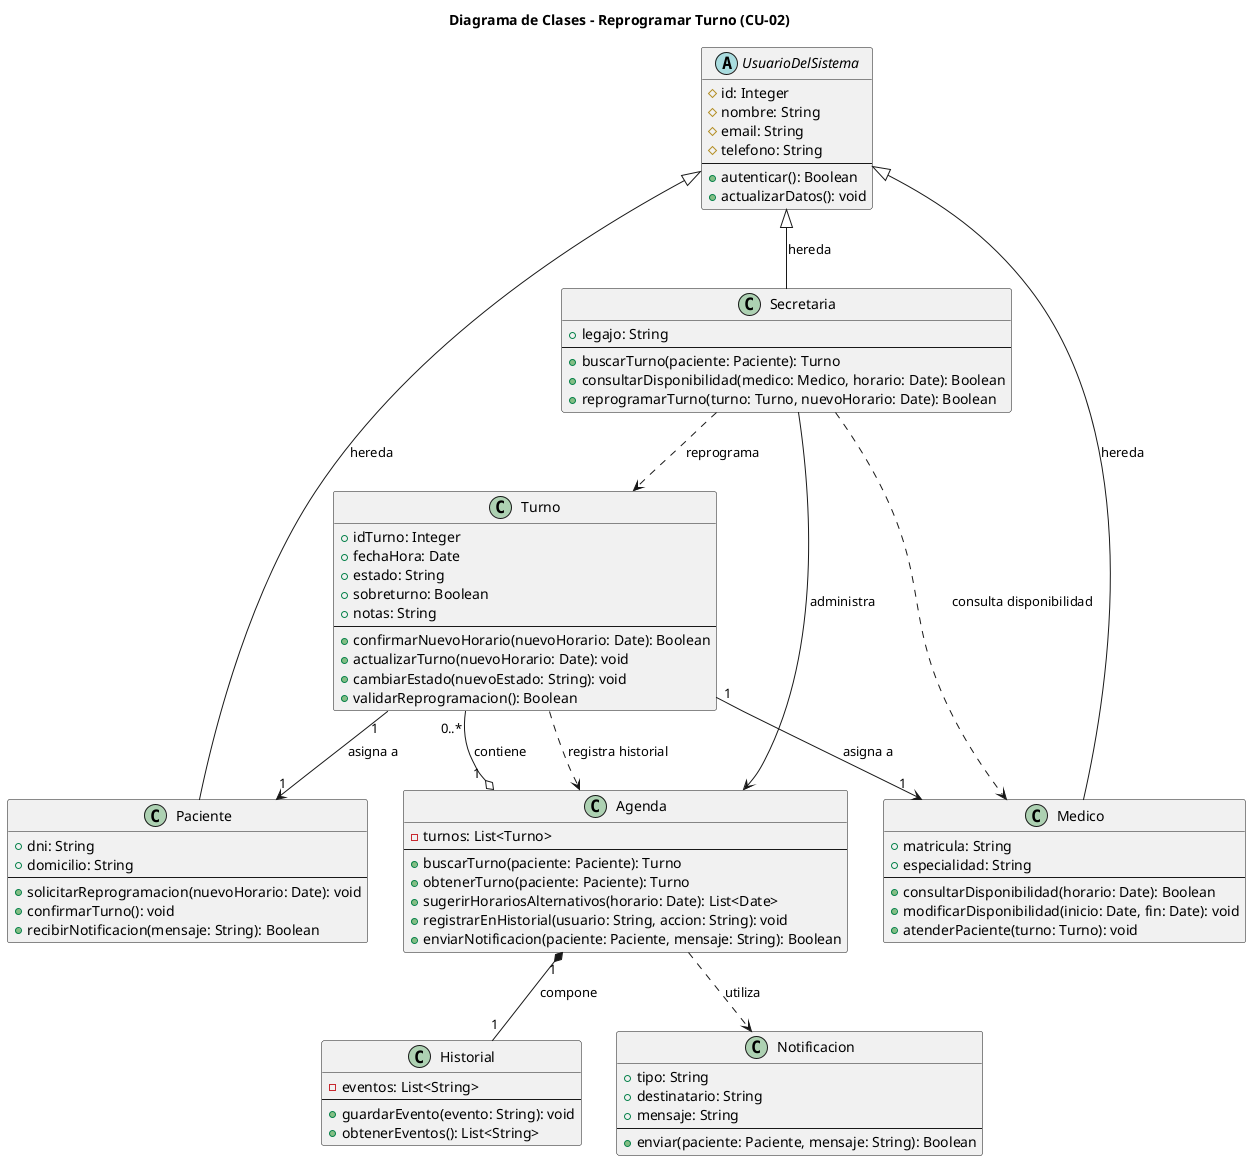
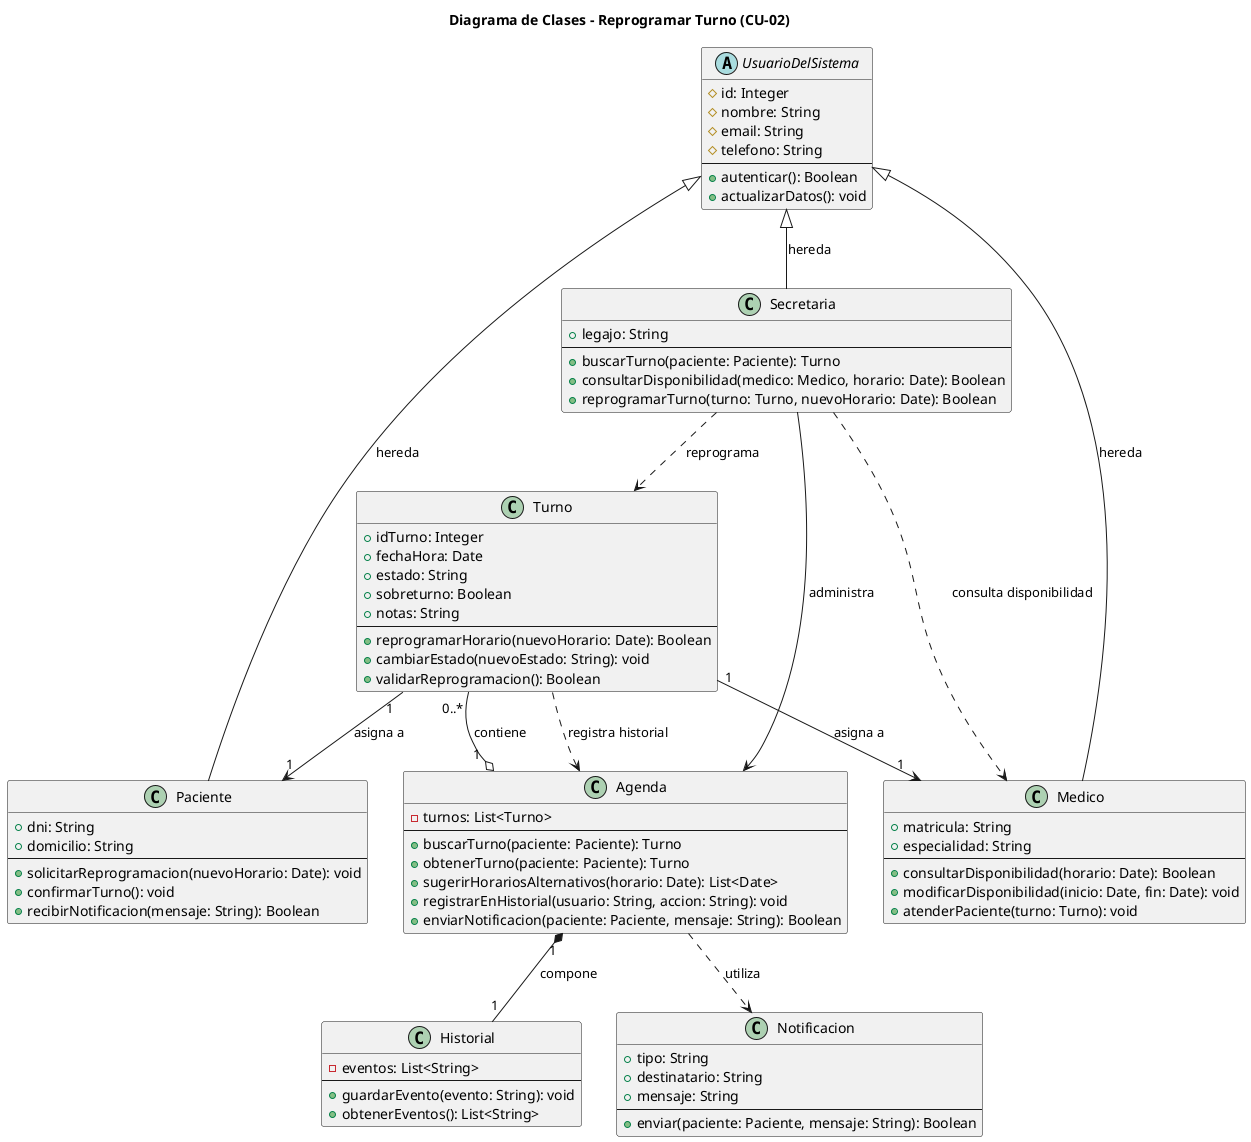
@startuml

title Diagrama de Clases - Reprogramar Turno (CU-02)

abstract class UsuarioDelSistema {
  # id: Integer
  # nombre: String
  # email: String
  # telefono: String
  --
  + autenticar(): Boolean
  + actualizarDatos(): void
}


class Paciente {
  + dni: String
  + domicilio: String
  --
  + solicitarReprogramacion(nuevoHorario: Date): void
  + confirmarTurno(): void
  + recibirNotificacion(mensaje: String): Boolean
}

class Secretaria {
  + legajo: String
  --
  + buscarTurno(paciente: Paciente): Turno
  + consultarDisponibilidad(medico: Medico, horario: Date): Boolean
  + reprogramarTurno(turno: Turno, nuevoHorario: Date): Boolean
}

class Medico {
  + matricula: String
  + especialidad: String
  --
  + consultarDisponibilidad(horario: Date): Boolean
  + modificarDisponibilidad(inicio: Date, fin: Date): void
  + atenderPaciente(turno: Turno): void
}
class Turno {
  + idTurno: Integer
  + fechaHora: Date
  + estado: String
  + sobreturno: Boolean
  + notas: String
  --
-   + confirmarNuevoHorario(nuevoHorario: Date): Boolean
-   + actualizarTurno(nuevoHorario: Date): void
+   + reprogramarHorario(nuevoHorario: Date): Boolean
  + cambiarEstado(nuevoEstado: String): void
  + validarReprogramacion(): Boolean
}


class Agenda {
  - turnos: List<Turno>
  --
  + buscarTurno(paciente: Paciente): Turno
  + obtenerTurno(paciente: Paciente): Turno
  + sugerirHorariosAlternativos(horario: Date): List<Date>
  + registrarEnHistorial(usuario: String, accion: String): void
  + enviarNotificacion(paciente: Paciente, mensaje: String): Boolean
}


class Historial {
  - eventos: List<String>
  --
  + guardarEvento(evento: String): void
  + obtenerEventos(): List<String>
}

class Notificacion {
  + tipo: String
  + destinatario: String
  + mensaje: String
  --
  + enviar(paciente: Paciente, mensaje: String): Boolean
}


UsuarioDelSistema <|-- Paciente : hereda
UsuarioDelSistema <|-- Secretaria : hereda
UsuarioDelSistema <|-- Medico : hereda

Secretaria --> Agenda : administra
Secretaria ..> Medico : consulta disponibilidad
Secretaria ..> Turno : reprograma

Agenda "1" o-- "0..*" Turno : contiene
Agenda "1" *-- "1" Historial : compone
Agenda ..> Notificacion : utiliza

Turno "1" --> "1" Paciente : asigna a
Turno "1" --> "1" Medico : asigna a
Turno ..> Agenda : registra historial

@enduml